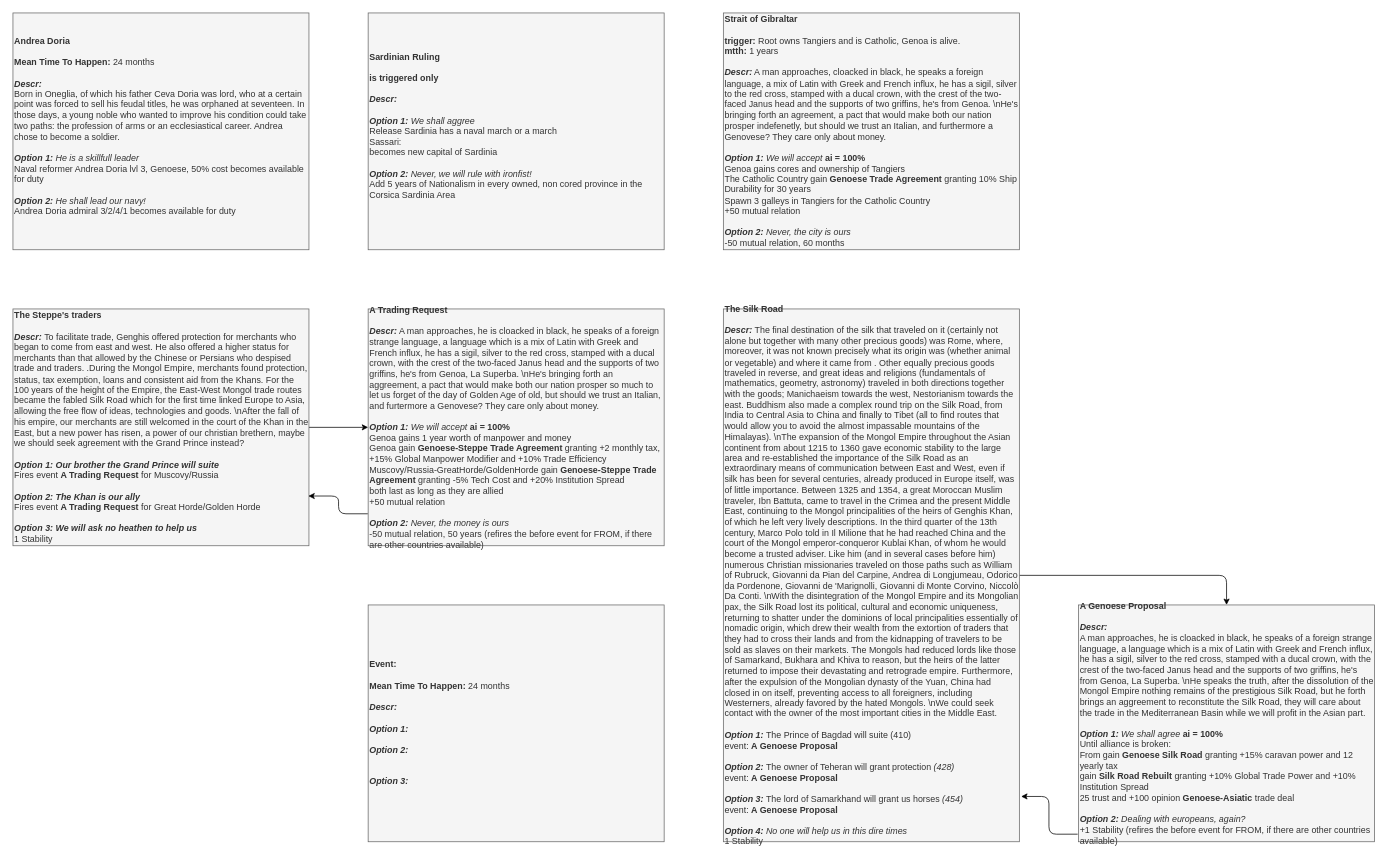
This is page "Events" (2 of 3) of It's Pesto Time/It's Pesto Time 0.4.drawio from Melvasul/Missions-Expanded, a draw.io file, before an edit. Source tidied: cells renumbered, new cells numbered last; positions are measured from the earlier drawing's top-left corner, leaving out a move shared by most shapes. Both pictures are drawn from the tidied source at 74%, with x=0, y=0 at pixel (13, 13).
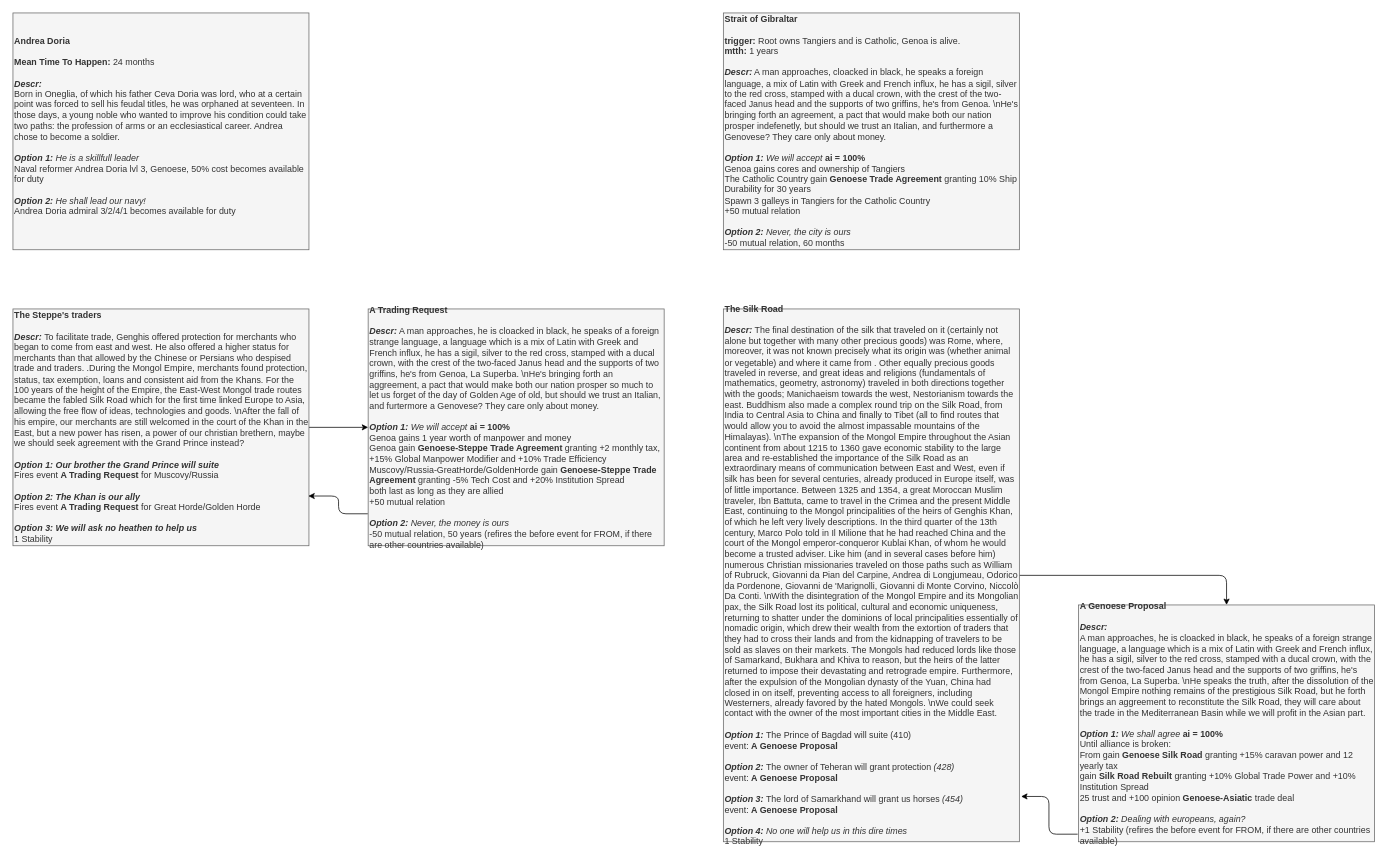
The same page after the edit.

What changed in the source:
```diff
@@
 <mxGraphModel>
   <root>
     <mxCell id="0" />
     <mxCell id="1" parent="0" />
-    <mxCell id="2" value="&lt;div style=&quot;font-size: 12px&quot;&gt;&lt;b&gt;Event:&lt;/b&gt;&lt;/div&gt;&lt;div style=&quot;font-size: 12px&quot;&gt;&lt;b&gt;&lt;br&gt;&lt;/b&gt;&lt;/div&gt;&lt;div style=&quot;font-size: 12px&quot;&gt;&lt;b&gt;Mean Time To Happen: &lt;/b&gt;24 months&lt;/div&gt;&lt;div style=&quot;font-size: 12px&quot;&gt;&lt;b&gt;&lt;br&gt;&lt;/b&gt;&lt;/div&gt;&lt;div&gt;&lt;font&gt;&lt;div style=&quot;font-size: 12px&quot;&gt;&lt;b style=&quot;font-size: 12px&quot;&gt;&lt;i style=&quot;font-size: 12px&quot;&gt;Descr:&lt;/i&gt;&lt;/b&gt;&lt;/div&gt;&lt;/font&gt;&lt;/div&gt;&lt;div&gt;&lt;br&gt;&lt;/div&gt;&lt;div style=&quot;font-size: 12px&quot;&gt;&lt;/div&gt;&lt;font&gt;&lt;b style=&quot;font-size: 12px ; font-style: italic&quot;&gt;Option 1:&lt;/b&gt;&lt;span style=&quot;font-size: 12px ; font-style: italic&quot;&gt; &lt;/span&gt;&lt;br&gt;&lt;br&gt;&lt;span style=&quot;font-size: 12px&quot;&gt;&lt;i&gt;&lt;b&gt;Option 2:&lt;/b&gt;&amp;nbsp;&lt;/i&gt;&lt;/span&gt;&lt;br&gt;&lt;div&gt;&lt;br&gt;&lt;/div&gt;&lt;div&gt;&lt;br&gt;&lt;/div&gt;&lt;div&gt;&lt;i style=&quot;font-weight: bold&quot;&gt;Option 3:&amp;nbsp;&lt;/i&gt;&lt;/div&gt;&lt;/font&gt;" style="rounded=0;whiteSpace=wrap;html=1;align=left;fontSize=12;fillColor=#f5f5f5;strokeColor=#666666;fontColor=#333333;" parent="1" vertex="1">
-      <mxGeometry x="480" y="800" width="400" height="320" as="geometry" />
-    </mxCell>
     <mxCell id="3" value="&lt;div style=&quot;font-size: 12px&quot;&gt;&lt;b&gt;Andrea Doria&lt;/b&gt;&lt;/div&gt;&lt;div style=&quot;font-size: 12px&quot;&gt;&lt;b&gt;&lt;br&gt;&lt;/b&gt;&lt;/div&gt;&lt;div style=&quot;font-size: 12px&quot;&gt;&lt;b&gt;Mean Time To Happen: &lt;/b&gt;24 months&lt;/div&gt;&lt;div style=&quot;font-size: 12px&quot;&gt;&lt;b&gt;&lt;br&gt;&lt;/b&gt;&lt;/div&gt;&lt;div&gt;&lt;font&gt;&lt;div style=&quot;font-size: 12px&quot;&gt;&lt;b style=&quot;font-size: 12px&quot;&gt;&lt;i style=&quot;font-size: 12px&quot;&gt;Descr:&lt;/i&gt;&lt;/b&gt;&lt;/div&gt;&lt;/font&gt;&lt;/div&gt;&lt;div&gt;Born in Oneglia, of which his father Ceva Doria was lord, who at a certain point was forced to sell his feudal titles, he was orphaned at seventeen. In those days, a young noble who wanted to improve his condition could take two paths: the profession of arms or an ecclesiastical career. Andrea chose to become a soldier.&lt;br&gt;&lt;/div&gt;&lt;div&gt;&lt;br&gt;&lt;/div&gt;&lt;div style=&quot;font-size: 12px&quot;&gt;&lt;/div&gt;&lt;font&gt;&lt;b style=&quot;font-size: 12px ; font-style: italic&quot;&gt;Option 1:&lt;/b&gt;&lt;span style=&quot;font-size: 12px ; font-style: italic&quot;&gt;&amp;nbsp;He is a skillfull leader&lt;/span&gt;&lt;br&gt;Naval reformer Andrea Doria lvl 3, Genoese, 50% cost becomes available for duty&lt;br&gt;&lt;br&gt;&lt;span style=&quot;font-size: 12px&quot;&gt;&lt;i&gt;&lt;b&gt;Option 2:&lt;/b&gt;&amp;nbsp;He shall lead our navy!&lt;br&gt;&lt;/i&gt;&lt;/span&gt;Andrea Doria admiral 3/2/4/1 becomes available for duty&lt;br&gt;&lt;div&gt;&lt;br&gt;&lt;/div&gt;&lt;/font&gt;" style="rounded=0;whiteSpace=wrap;html=1;align=left;fontSize=12;fillColor=#f5f5f5;strokeColor=#666666;fontColor=#333333;" parent="1" vertex="1">
       <mxGeometry width="400" height="320" as="geometry" />
     </mxCell>
-    <mxCell id="4" value="&lt;div style=&quot;font-size: 12px&quot;&gt;&lt;b&gt;Sardinian Ruling&lt;/b&gt;&lt;/div&gt;&lt;div style=&quot;font-size: 12px&quot;&gt;&lt;b&gt;&lt;br&gt;&lt;/b&gt;&lt;/div&gt;&lt;div style=&quot;font-size: 12px&quot;&gt;&lt;b&gt;is triggered only&lt;/b&gt;&lt;/div&gt;&lt;div style=&quot;font-size: 12px&quot;&gt;&lt;b&gt;&lt;br&gt;&lt;/b&gt;&lt;/div&gt;&lt;div&gt;&lt;font&gt;&lt;div style=&quot;font-size: 12px&quot;&gt;&lt;b style=&quot;font-size: 12px&quot;&gt;&lt;i style=&quot;font-size: 12px&quot;&gt;Descr:&lt;/i&gt;&lt;/b&gt;&lt;/div&gt;&lt;/font&gt;&lt;/div&gt;&lt;div&gt;&lt;br&gt;&lt;/div&gt;&lt;div style=&quot;font-size: 12px&quot;&gt;&lt;/div&gt;&lt;font&gt;&lt;b style=&quot;font-size: 12px ; font-style: italic&quot;&gt;Option 1:&lt;/b&gt;&lt;span style=&quot;font-size: 12px ; font-style: italic&quot;&gt;&amp;nbsp;We shall aggree&lt;/span&gt;&lt;br&gt;Release Sardinia has a naval march or a march&lt;br&gt;Sassari:&lt;br&gt;becomes new capital of Sardinia&lt;br&gt;&lt;br&gt;&lt;span style=&quot;font-size: 12px&quot;&gt;&lt;i&gt;&lt;b&gt;Option 2:&lt;/b&gt;&amp;nbsp;Never, we will rule with ironfist!&lt;/i&gt;&lt;/span&gt;&lt;br&gt;&lt;div&gt;Add 5 years of Nationalism in every owned, non cored province in the Corsica Sardinia Area&lt;/div&gt;&lt;div&gt;&lt;br&gt;&lt;/div&gt;&lt;/font&gt;" style="rounded=0;whiteSpace=wrap;html=1;align=left;fontSize=12;fillColor=#f5f5f5;strokeColor=#666666;fontColor=#333333;" parent="1" vertex="1">
-      <mxGeometry x="480" width="400" height="320" as="geometry" />
-    </mxCell>
     <mxCell id="5" style="edgeStyle=orthogonalEdgeStyle;rounded=1;jettySize=auto;html=1;exitX=1;exitY=0.5;exitDx=0;exitDy=0;" parent="1" edge="1" source="6" target="8">
       <mxGeometry relative="1" as="geometry" />
     </mxCell>
     <mxCell id="6" value="&lt;div style=&quot;font-size: 12px&quot;&gt;&lt;/div&gt;&lt;b&gt;The Steppe's traders&lt;br&gt;&lt;/b&gt;&lt;div style=&quot;font-size: 12px&quot;&gt;&lt;b&gt;&lt;br&gt;&lt;/b&gt;&lt;/div&gt;&lt;div&gt;&lt;font&gt;&lt;div&gt;&lt;b style=&quot;font-size: 12px&quot;&gt;&lt;i style=&quot;font-size: 12px&quot;&gt;Descr:&amp;nbsp;&lt;/i&gt;&lt;/b&gt;&lt;span&gt;To facilitate trade, Genghis offered protection for merchants who began to come from east and west. He also offered a higher status for merchants than that allowed by the Chinese or Persians who despised trade and traders. .During the Mongol Empire, merchants found protection, status, tax exemption, loans and consistent aid from the Khans. For the 100 years of the height of the Empire, the East-West Mongol trade routes became the fabled Silk Road which for the first time linked Europe to Asia, allowing the free flow of ideas, technologies and goods. \nAfter the fall of his empire, our merchants are still welcomed in the court of the Khan in the East, but a new power has risen, a power of our christian brethern, maybe we should seek agreement with the Grand Prince instead?&lt;/span&gt;&lt;/div&gt;&lt;/font&gt;&lt;/div&gt;&lt;div&gt;&lt;br&gt;&lt;/div&gt;&lt;div style=&quot;font-size: 12px&quot;&gt;&lt;/div&gt;&lt;font&gt;&lt;b style=&quot;font-size: 12px ; font-style: italic&quot;&gt;Option 1:&lt;/b&gt;&lt;span style=&quot;font-size: 12px ; font-style: italic&quot;&gt;&amp;nbsp;&lt;b&gt;Our brother the Grand Prince will suite&lt;/b&gt;&lt;/span&gt;&lt;br&gt;Fires event &lt;b&gt;A Trading Request&lt;/b&gt;&amp;nbsp;for Muscovy/Russia&lt;br&gt;&lt;br&gt;&lt;span style=&quot;font-size: 12px&quot;&gt;&lt;i&gt;&lt;b&gt;Option 2:&lt;/b&gt;&amp;nbsp;&lt;b&gt;The Khan is our ally&lt;/b&gt;&lt;br&gt;&lt;/i&gt;&lt;/span&gt;&lt;div&gt;Fires event&amp;nbsp;&lt;b&gt;A Trading Request&lt;/b&gt;&amp;nbsp;for Great Horde/Golden Horde&lt;br&gt;&lt;/div&gt;&lt;div&gt;&lt;br&gt;&lt;/div&gt;&lt;div&gt;&lt;i style=&quot;font-weight: bold&quot;&gt;Option 3: We will ask no heathen to help us&lt;/i&gt;&lt;/div&gt;&lt;div&gt;1 Stability&lt;/div&gt;&lt;/font&gt;" style="rounded=0;whiteSpace=wrap;html=1;align=left;fontSize=12;fillColor=#f5f5f5;strokeColor=#666666;fontColor=#333333;" parent="1" vertex="1">
       <mxGeometry y="400" width="400" height="320" as="geometry" />
     </mxCell>
     <mxCell id="7" style="edgeStyle=orthogonalEdgeStyle;rounded=1;jettySize=auto;html=1;exitX=-0.001;exitY=0.865;exitDx=0;exitDy=0;entryX=0.998;entryY=0.79;entryDx=0;entryDy=0;entryPerimeter=0;exitPerimeter=0;" parent="1" edge="1" source="8" target="6">
       <mxGeometry relative="1" as="geometry" />
     </mxCell>
     <mxCell id="8" value="&lt;div style=&quot;font-size: 12px&quot;&gt;&lt;/div&gt;&lt;b&gt;A Trading Request&lt;br&gt;&lt;/b&gt;&lt;div style=&quot;font-size: 12px&quot;&gt;&lt;b&gt;&lt;br&gt;&lt;/b&gt;&lt;/div&gt;&lt;div&gt;&lt;font&gt;&lt;div style=&quot;font-size: 12px&quot;&gt;&lt;span style=&quot;font-size: 12px&quot;&gt;&lt;span style=&quot;font-size: 12px&quot;&gt;&lt;b style=&quot;font-style: italic&quot;&gt;Descr:&lt;/b&gt; A man approaches, he is cloacked in black, he speaks of a foreign strange language, a language which is a mix of Latin with Greek and French influx, he has a sigil,&amp;nbsp;&lt;/span&gt;&lt;/span&gt;&lt;span&gt;silver to the red cross, stamped with a ducal crown, with the crest of the two-faced Janus head and the supports of two griffins, he's from Genoa, La Superba. \nHe's bringing forth an aggreement, a pact that would make both our nation prosper so much to let us forget of the day of Golden Age of old, but should we trust an Italian, and furtermore a Genovese? They care only about money.&lt;/span&gt;&lt;/div&gt;&lt;/font&gt;&lt;/div&gt;&lt;div&gt;&lt;br&gt;&lt;/div&gt;&lt;div style=&quot;font-size: 12px&quot;&gt;&lt;/div&gt;&lt;font&gt;&lt;b style=&quot;font-size: 12px ; font-style: italic&quot;&gt;Option 1:&lt;/b&gt;&lt;span style=&quot;font-size: 12px&quot;&gt;&lt;i&gt;&amp;nbsp;We will accept&lt;/i&gt;&lt;b&gt;&amp;nbsp;&lt;/b&gt;&lt;/span&gt;&lt;b&gt;ai = 100%&lt;/b&gt;&lt;br&gt;Genoa gains 1 year worth of manpower and money&lt;br&gt;Genoa gain&amp;nbsp;&lt;b&gt;Genoese-Steppe Trade Agreement&amp;nbsp;&lt;/b&gt;granting +2 monthly tax, +15% Global Manpower Modifier and +10% Trade Efficiency&lt;br&gt;Muscovy/Russia-GreatHorde/GoldenHorde gain&amp;nbsp;&lt;b&gt;Genoese-Steppe Trade Agreement&lt;/b&gt;&amp;nbsp;granting -5% Tech Cost and +20% Institution Spread&lt;br&gt;both last as long as they are allied&lt;br&gt;+50 mutual relation&lt;br&gt;&lt;br&gt;&lt;b style=&quot;font-size: 12px ; font-style: italic&quot;&gt;Option 2:&lt;/b&gt;&lt;i style=&quot;font-size: 12px&quot;&gt;&amp;nbsp;Never, the money is ours&lt;/i&gt;&lt;br&gt;-50 mutual relation, 50 years (refires the before event for FROM, if there are other countries available)&lt;br&gt;&lt;/font&gt;" style="rounded=0;whiteSpace=wrap;html=1;align=left;fontSize=12;fillColor=#f5f5f5;strokeColor=#666666;fontColor=#333333;" parent="1" vertex="1">
       <mxGeometry x="480" y="400" width="400" height="320" as="geometry" />
     </mxCell>
     <mxCell id="9" value="&lt;div style=&quot;font-size: 12px&quot;&gt;&lt;/div&gt;&lt;b&gt;Strait of Gibraltar&lt;br&gt;&lt;/b&gt;&lt;div style=&quot;font-size: 12px&quot;&gt;&lt;b&gt;&lt;br&gt;&lt;/b&gt;&lt;/div&gt;&lt;div style=&quot;font-size: 12px&quot;&gt;&lt;b&gt;trigger:&lt;/b&gt; Root owns Tangiers and is Catholic, Genoa is alive.&lt;/div&gt;&lt;div style=&quot;font-size: 12px&quot;&gt;&lt;b&gt;mtth:&lt;/b&gt; 1 years&lt;/div&gt;&lt;div style=&quot;font-size: 12px&quot;&gt;&lt;b&gt;&lt;br&gt;&lt;/b&gt;&lt;/div&gt;&lt;div&gt;&lt;font&gt;&lt;div style=&quot;font-size: 12px&quot;&gt;&lt;span style=&quot;font-size: 12px&quot;&gt;&lt;span style=&quot;font-size: 12px&quot;&gt;&lt;b style=&quot;font-style: italic&quot;&gt;Descr:&lt;/b&gt; A man approaches, cloacked in black, he speaks a foreign language, a mix of Latin with Greek and French influx, he has a sigil,&amp;nbsp;&lt;/span&gt;&lt;/span&gt;&lt;span&gt;silver to the red cross, stamped with a ducal crown, with the crest of the two-faced Janus head and the supports of two griffins, he's from Genoa. \nHe's bringing forth an agreement, a pact that would make both our nation prosper indefenetly, but should we trust an Italian, and furthermore a Genovese? They care only about money.&lt;/span&gt;&lt;/div&gt;&lt;/font&gt;&lt;/div&gt;&lt;div&gt;&lt;br&gt;&lt;/div&gt;&lt;div style=&quot;font-size: 12px&quot;&gt;&lt;/div&gt;&lt;font&gt;&lt;b style=&quot;font-size: 12px ; font-style: italic&quot;&gt;Option 1:&lt;/b&gt;&lt;span style=&quot;font-size: 12px ; font-style: italic&quot;&gt;&amp;nbsp;We will accept&amp;nbsp;&lt;/span&gt;&lt;b&gt;ai = 100%&lt;/b&gt;&lt;br&gt;Genoa gains cores and ownership of Tangiers&lt;br&gt;The Catholic Country gain&amp;nbsp;&lt;b&gt;Genoese Trade Agreement&lt;/b&gt;&amp;nbsp;granting 10% Ship Durability for 30 years&lt;br&gt;Spawn 3 galleys in Tangiers for the Catholic Country&lt;br&gt;+50 mutual relation&lt;br&gt;&lt;br&gt;&lt;span style=&quot;font-size: 12px&quot;&gt;&lt;b style=&quot;font-style: italic&quot;&gt;Option 2:&lt;/b&gt;&lt;i&gt;&amp;nbsp;Never, the city is ours&lt;/i&gt;&lt;br&gt;-50 mutual relation, 60 months&lt;br&gt;&lt;/span&gt;&lt;/font&gt;" style="rounded=0;whiteSpace=wrap;html=1;align=left;fontSize=12;fillColor=#f5f5f5;strokeColor=#666666;fontColor=#333333;" parent="1" vertex="1">
       <mxGeometry x="960" width="400" height="320" as="geometry" />
     </mxCell>
     <mxCell id="10" style="edgeStyle=orthogonalEdgeStyle;rounded=1;jettySize=auto;html=1;entryX=0.5;entryY=0;entryDx=0;entryDy=0;" parent="1" edge="1" source="11" target="13">
       <mxGeometry relative="1" as="geometry" />
     </mxCell>
     <mxCell id="11" value="&lt;div style=&quot;font-size: 12px&quot;&gt;&lt;b&gt;The Silk Road&lt;/b&gt;&lt;/div&gt;&lt;div style=&quot;font-size: 12px&quot;&gt;&lt;b&gt;&lt;br&gt;&lt;/b&gt;&lt;/div&gt;&lt;div&gt;&lt;font&gt;&lt;div style=&quot;font-size: 12px&quot;&gt;&lt;b style=&quot;font-size: 12px&quot;&gt;&lt;i style=&quot;font-size: 12px&quot;&gt;Descr:&amp;nbsp;&lt;/i&gt;&lt;/b&gt;&lt;span class=&quot;VIiyi&quot; lang=&quot;en&quot;&gt;&lt;span class=&quot;JLqJ4b ChMk0b&quot;&gt;The final destination of the silk that traveled on it (certainly not alone but together with many other precious goods) was Rome, where, moreover, it was not known precisely what its origin was (whether animal or vegetable) and where it came from&lt;/span&gt; &lt;span class=&quot;JLqJ4b ChMk0b&quot;&gt;.&lt;/span&gt; &lt;span class=&quot;JLqJ4b ChMk0b&quot;&gt;Other equally precious goods traveled in reverse, and great ideas and religions (fundamentals of mathematics, geometry, astronomy) traveled in both directions together with the goods;&lt;/span&gt; &lt;span class=&quot;JLqJ4b ChMk0b&quot;&gt;Manichaeism towards the west, Nestorianism towards the east.&lt;/span&gt; &lt;span class=&quot;JLqJ4b ChMk0b&quot;&gt;Buddhism also made a complex round trip on the Silk Road, from India to Central Asia to China and finally to Tibet (all to find routes that would allow you to avoid the almost impassable mountains of the Himalayas). \n&lt;/span&gt;&lt;/span&gt;&lt;span&gt;The expansion of the Mongol Empire throughout the Asian continent from about 1215 to 1360 gave economic stability to the large area and re-established the importance of the Silk Road as an extraordinary means of communication between East and West, even if silk has been for several centuries, already produced in Europe itself, was of little importance. Between 1325 and 1354, a great Moroccan Muslim traveler, Ibn Battuta, came to travel in the Crimea and the present Middle East, continuing to the Mongol principalities of the heirs of Genghis Khan, of which he left very lively descriptions. In the third quarter of the 13th century, Marco Polo told in Il Milione that he had reached China and the court of the Mongol emperor-conqueror Kublai Khan, of whom he would become a trusted adviser. Like him (and in several cases before him) numerous Christian missionaries traveled on those paths such as William of Rubruck, Giovanni da Pian del Carpine, Andrea di Longjumeau, Odorico da Pordenone, Giovanni de 'Marignolli, Giovanni di Monte Corvino, Niccolò Da Conti. \n&lt;/span&gt;&lt;span&gt;With the disintegration of the Mongol Empire and its Mongolian pax, the Silk Road lost its political, cultural and economic uniqueness, returning to shatter under the dominions of local principalities essentially of nomadic origin, which drew their wealth from the extortion of traders that they had to cross their lands and from the kidnapping of travelers to be sold as slaves on their markets. The Mongols had reduced lords like those of Samarkand, Bukhara and Khiva to reason, but the heirs of the latter returned to impose their devastating and retrograde empire. Furthermore, after the expulsion of the Mongolian dynasty of the Yuan, China had closed in on itself, preventing access to all foreigners, including Westerners, already favored by the hated Mongols. \nWe could seek contact with the owner of the most important cities in the Middle East.&lt;/span&gt;&lt;/div&gt;&lt;/font&gt;&lt;/div&gt;&lt;div&gt;&lt;br&gt;&lt;/div&gt;&lt;div style=&quot;font-size: 12px&quot;&gt;&lt;/div&gt;&lt;font&gt;&lt;b style=&quot;font-size: 12px ; font-style: italic&quot;&gt;Option 1:&lt;/b&gt;&lt;span style=&quot;font-size: 12px&quot;&gt;&amp;nbsp;&lt;/span&gt;The Prince of Bagdad will suite&lt;span style=&quot;font-size: 12px&quot;&gt;&amp;nbsp;(410)&lt;/span&gt;&lt;br&gt;event: &lt;b&gt;A Genoese Proposal&lt;/b&gt;&lt;br&gt;&lt;br&gt;&lt;span style=&quot;font-size: 12px&quot;&gt;&lt;b style=&quot;font-style: italic&quot;&gt;Option 2:&lt;/b&gt;&amp;nbsp;&lt;/span&gt;The owner of Teheran will grant protection&lt;span style=&quot;font-size: 12px&quot;&gt;&lt;i&gt;&amp;nbsp;(428)&lt;br&gt;&lt;/i&gt;&lt;/span&gt;event:&amp;nbsp;&lt;b&gt;A Genoese Proposal&lt;/b&gt;&lt;span style=&quot;font-size: 12px&quot;&gt;&lt;br&gt;&lt;br&gt;&lt;i&gt;&lt;b&gt;Option 3:&lt;/b&gt;&amp;nbsp;&lt;/i&gt;&lt;/span&gt;The lord of Samarkhand will grant us horses&lt;span style=&quot;font-size: 12px&quot;&gt;&lt;i&gt;&amp;nbsp;(454)&lt;/i&gt;&lt;br&gt;&lt;/span&gt;&lt;div&gt;&lt;span&gt;event:&amp;nbsp;&lt;/span&gt;&lt;b&gt;A Genoese Proposal&lt;/b&gt;&lt;/div&gt;&lt;/font&gt;&lt;div&gt;&lt;i style=&quot;font-weight: bold&quot;&gt;&lt;br class=&quot;Apple-interchange-newline&quot;&gt;&lt;/i&gt;&lt;/div&gt;&lt;i&gt;&lt;b&gt;Option 4: &lt;/b&gt;No one will help us in this dire times&lt;br&gt;&lt;/i&gt;&lt;span&gt;1 Stability&lt;/span&gt;&lt;i&gt;&lt;br&gt;&lt;/i&gt;" style="rounded=0;whiteSpace=wrap;html=1;align=left;fontSize=12;fillColor=#f5f5f5;strokeColor=#666666;fontColor=#333333;" parent="1" vertex="1">
       <mxGeometry x="960" y="400" width="400" height="720" as="geometry" />
     </mxCell>
     <mxCell id="12" style="edgeStyle=orthogonalEdgeStyle;rounded=1;jettySize=auto;html=1;exitX=-0.003;exitY=0.968;exitDx=0;exitDy=0;entryX=1.006;entryY=0.915;entryDx=0;entryDy=0;entryPerimeter=0;exitPerimeter=0;" parent="1" edge="1" source="13" target="11">
       <mxGeometry relative="1" as="geometry" />
     </mxCell>
     <mxCell id="13" value="&lt;div style=&quot;font-size: 12px&quot;&gt;&lt;b&gt;A Genoese Proposal&lt;/b&gt;&lt;/div&gt;&lt;div style=&quot;font-size: 12px&quot;&gt;&lt;b&gt;&lt;br&gt;&lt;/b&gt;&lt;/div&gt;&lt;div&gt;&lt;font&gt;&lt;div&gt;&lt;span style=&quot;font-size: 12px&quot;&gt;&lt;i style=&quot;font-size: 12px&quot;&gt;&lt;b&gt;Descr:&lt;/b&gt;&amp;nbsp;&lt;/i&gt;&lt;/span&gt;&lt;/div&gt;&lt;div&gt;&lt;span&gt;A man approaches, he is cloacked in black, he speaks of a foreign strange language, a language which is a mix of Latin with Greek and French influx, he has a sigil, silver to the red cross, stamped with a ducal crown, with the crest of the two-faced Janus head and the supports of two griffins, he's from Genoa, La Superba. \nHe speaks the truth, after the dissolution of the Mongol Empire nothing remains of the prestigious Silk Road, but he forth brings an aggreement to reconstitute the Silk Road, they will care about the trade in the Mediterranean Basin while we will profit in the Asian part.&lt;/span&gt;&lt;/div&gt;&lt;/font&gt;&lt;/div&gt;&lt;div&gt;&lt;br&gt;&lt;/div&gt;&lt;div style=&quot;font-size: 12px&quot;&gt;&lt;/div&gt;&lt;font&gt;&lt;b style=&quot;font-size: 12px ; font-style: italic&quot;&gt;Option 1:&lt;/b&gt;&lt;span style=&quot;font-size: 12px&quot;&gt;&lt;i&gt;&amp;nbsp;We shall agree &lt;/i&gt;&lt;b&gt;ai = 100%&lt;/b&gt;&lt;br&gt;&lt;/span&gt;Until alliance is broken:&lt;br&gt;From gain &lt;b&gt;Genoese Silk Road&lt;/b&gt;&amp;nbsp;granting +15% caravan power and 12 yearly tax&lt;br&gt;gain &lt;b&gt;Silk Road Rebuilt&lt;/b&gt;&amp;nbsp;granting +10% Global Trade Power and +10% Institution Spread&lt;br&gt;25 trust and +100 opinion&amp;nbsp;&lt;b&gt;Genoese-Asiatic&lt;/b&gt;&amp;nbsp;trade deal&lt;br&gt;&lt;br&gt;&lt;span style=&quot;font-size: 12px&quot;&gt;&lt;b style=&quot;font-style: italic&quot;&gt;Option 2:&lt;/b&gt;&lt;i&gt;&amp;nbsp;Dealing with europeans, again?&lt;/i&gt;&lt;br&gt;+1 Stability (refires the before event for FROM, if there are other countries available)&lt;br&gt;&lt;/span&gt;&lt;/font&gt;" style="rounded=0;whiteSpace=wrap;html=1;align=left;fontSize=12;fillColor=#f5f5f5;strokeColor=#666666;fontColor=#333333;" parent="1" vertex="1">
       <mxGeometry x="1440" y="800" width="400" height="320" as="geometry" />
     </mxCell>
   </root>
 </mxGraphModel>
```
